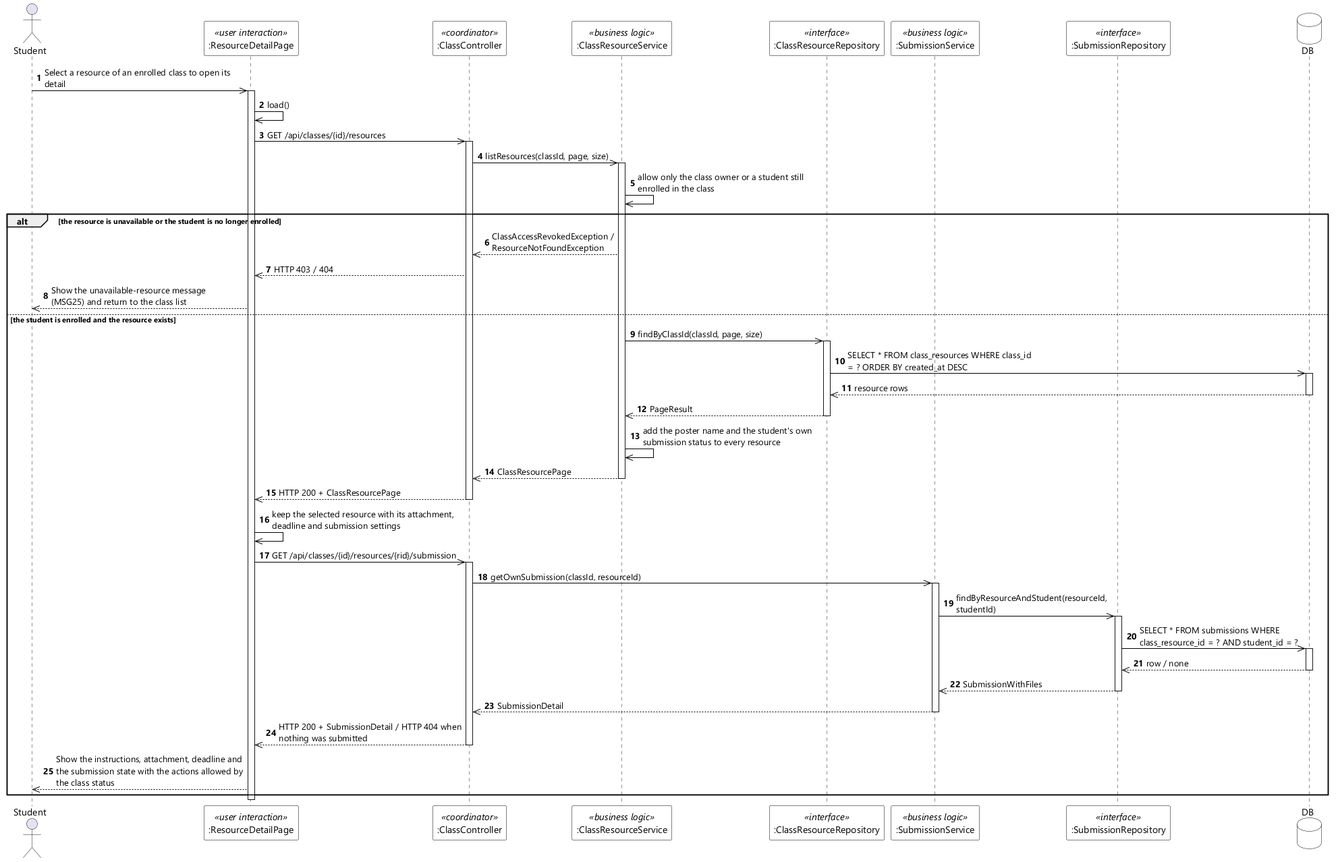
Above: designs/sds-diagrams/uc44/uc44-sequence-diagram-stereo.png in EduA-system/EduA-system (PlantUML), before the change.
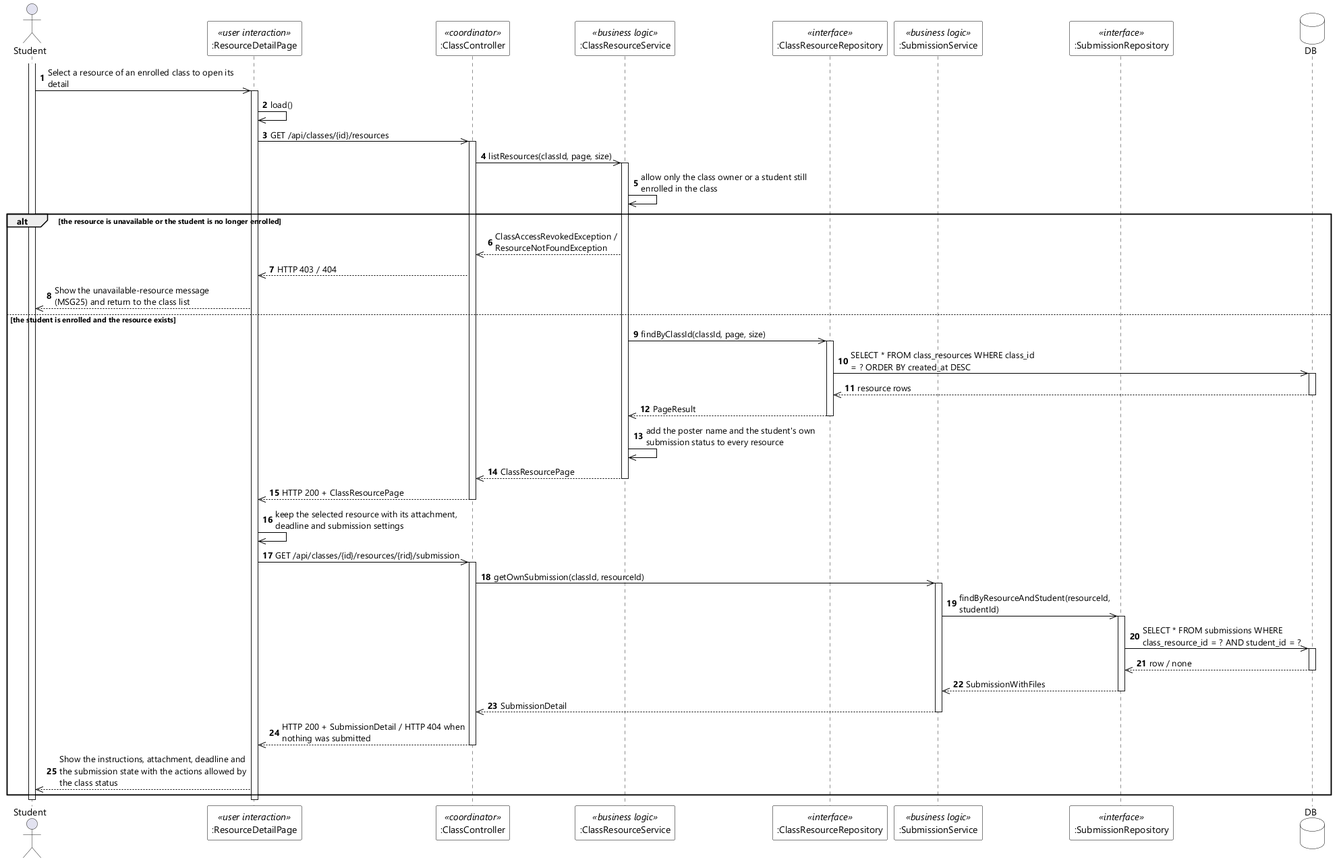
After the commit.

Diff of the diagram source:
```diff
@@ -20,6 +20,7 @@
 database DB
 
 autonumber
+activate Student
 Student ->> UI : Select a resource of an enrolled class to open its detail
 activate UI
 UI ->> UI : load()
@@ -68,4 +69,5 @@
   UI -->> Student : Show the instructions, attachment, deadline and the submission state with the actions allowed by the class status
 end
 deactivate UI
+deactivate Student
 @enduml
```
